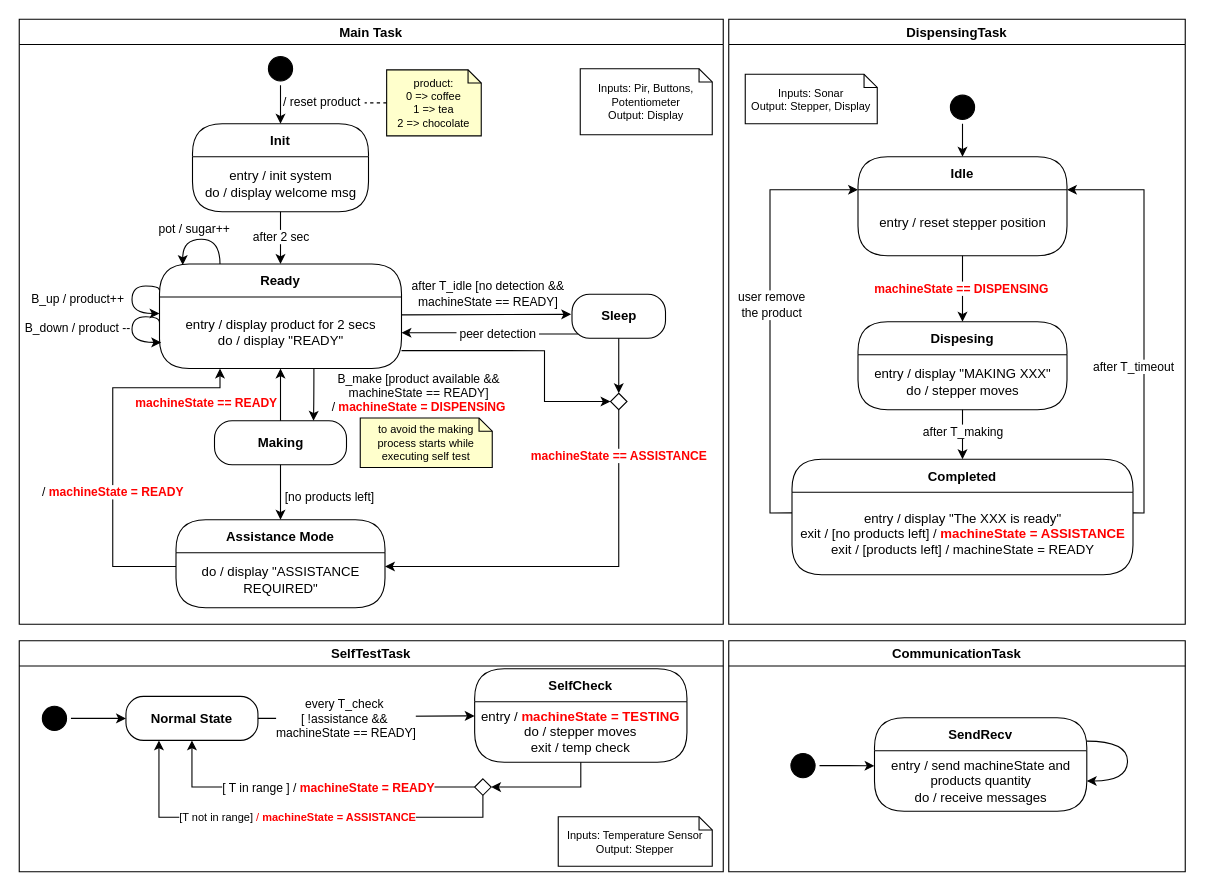
The draw.io diagram page "overview" (1 of 4) of docs/diagrams/src/state-chart.drawio in tassiLuca/smart-coffee-machine, before the edit. Source tidied: cells renumbered, new cells numbered last; positions are measured from the earlier drawing's top-left corner, leaving out a move shared by most shapes. Both pictures are drawn from the tidied source at 110%, with x=0, y=0 at pixel (19, 19).
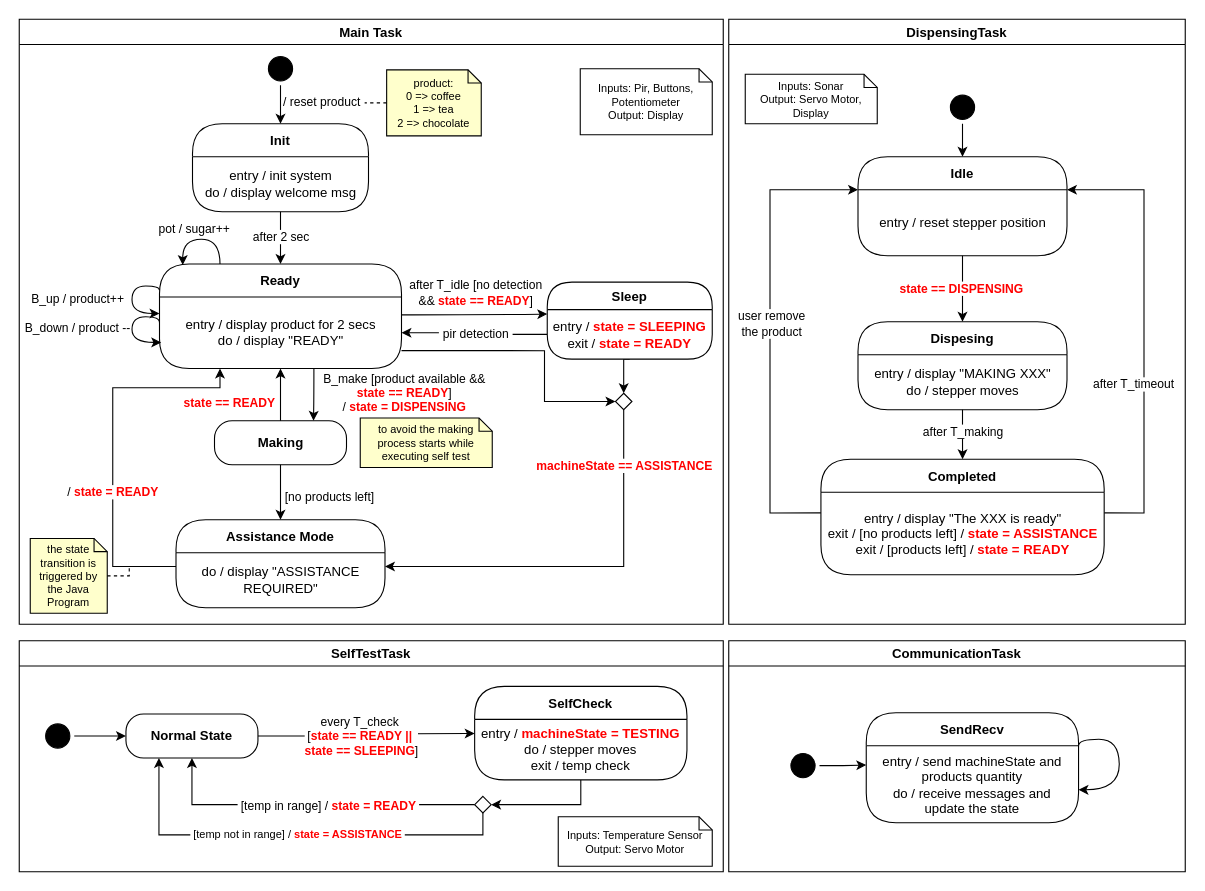
After the change.

Unchanged cells that the change refers to:
```xml
<mxCell id="2" value="Main Task" style="swimlane;strokeColor=#000000;" parent="1" vertex="1">
  <mxGeometry width="640" height="550" as="geometry" />
</mxCell>
<mxCell id="10" value="do / display &quot;ASSISTANCE REQUIRED&quot;" style="text;html=1;align=center;verticalAlign=middle;spacingLeft=4;spacingRight=4;whiteSpace=wrap;overflow=hidden;" parent="9" vertex="1">
  <mxGeometry y="30" width="190" height="50" as="geometry" />
</mxCell>
<mxCell id="11" style="edgeStyle=orthogonalEdgeStyle;rounded=0;jettySize=auto;html=1;exitX=0;exitY=0.25;exitDx=0;exitDy=0;entryX=0.25;entryY=1;entryDx=0;entryDy=0;" parent="2" edge="1" source="10" target="17">
  <mxGeometry relative="1" as="geometry">
    <Array as="points">
      <mxPoint x="85" y="498" />
      <mxPoint x="85" y="335" />
      <mxPoint x="183" y="335" />
    </Array>
  </mxGeometry>
</mxCell>
<mxCell id="17" value="entry / display product for 2 secs&lt;br&gt;do / display &quot;READY&quot;" style="text;html=1;align=center;verticalAlign=middle;spacingLeft=4;spacingRight=4;whiteSpace=wrap;overflow=hidden;" parent="16" vertex="1">
  <mxGeometry y="30" width="220" height="65" as="geometry" />
</mxCell>
<mxCell id="22" style="edgeStyle=orthogonalEdgeStyle;curved=1;jettySize=auto;html=1;exitX=0.638;exitY=1.006;exitDx=0;exitDy=0;entryX=0.75;entryY=0;entryDx=0;entryDy=0;exitPerimeter=0;" parent="2" edge="1" source="17" target="13">
  <mxGeometry relative="1" as="geometry" />
</mxCell>
<mxCell id="24" style="edgeStyle=orthogonalEdgeStyle;rounded=0;jettySize=auto;html=1;exitX=0.5;exitY=0;exitDx=0;exitDy=0;entryX=0.5;entryY=1;entryDx=0;entryDy=0;" parent="2" edge="1" source="13" target="17">
  <mxGeometry relative="1" as="geometry" />
</mxCell>
<mxCell id="41" value="DispensingTask" style="swimlane;strokeColor=#000000;" parent="1" vertex="1">
  <mxGeometry x="645" width="415" height="550" as="geometry" />
</mxCell>
<mxCell id="43" value="Dispesing" style="swimlane;fontStyle=1;align=center;verticalAlign=middle;horizontal=1;startSize=30;rounded=1;arcSize=30;swimlaneFillColor=#FFFFFF;" parent="41" vertex="1">
  <mxGeometry x="117.5" y="275" width="190" height="80" as="geometry" />
</mxCell>
<mxCell id="53" value="entry / reset stepper position" style="text;html=1;align=center;verticalAlign=middle;spacingLeft=4;spacingRight=4;whiteSpace=wrap;overflow=hidden;" parent="52" vertex="1">
  <mxGeometry y="30" width="190" height="60" as="geometry" />
</mxCell>
<mxCell id="57" value="SelfTestTask" style="swimlane;strokeColor=#000000;" parent="1" vertex="1">
  <mxGeometry y="565" width="640" height="210" as="geometry" />
</mxCell>
<mxCell id="66" style="edgeStyle=orthogonalEdgeStyle;rounded=0;jettySize=auto;html=1;exitX=0;exitY=0.5;exitDx=0;exitDy=0;entryX=0.5;entryY=1;entryDx=0;entryDy=0;fontSize=10;fontColor=#FF0000;endArrow=classic;endFill=1;" parent="57" edge="1" source="70" target="59">
  <mxGeometry relative="1" as="geometry" />
</mxCell>
<mxCell id="68" style="edgeStyle=orthogonalEdgeStyle;rounded=0;jettySize=auto;html=1;exitX=0.5;exitY=1;exitDx=0;exitDy=0;entryX=0.25;entryY=1;entryDx=0;entryDy=0;fontSize=10;fontColor=#FF0000;endArrow=classic;endFill=1;" parent="57" edge="1" source="70" target="59">
  <mxGeometry relative="1" as="geometry" />
</mxCell>
<mxCell id="73" value="CommunicationTask" style="swimlane;strokeColor=#000000;" parent="1" vertex="1">
  <mxGeometry x="645" y="565" width="415" height="210" as="geometry" />
</mxCell>
```

The edit, as a diff of the source:
```diff
@@
-    <mxCell id="12" value="/&lt;font color=&quot;#ff0000&quot;&gt;&lt;b&gt;&amp;nbsp;machineState = READY&lt;/b&gt;&lt;/font&gt;" style="edgeLabel;html=1;align=center;verticalAlign=middle;fontColor=#000000;" parent="11" vertex="1">
+    <mxCell id="12" value="/&lt;font color=&quot;#ff0000&quot;&gt;&lt;b&gt;&amp;nbsp;state = READY&lt;/b&gt;&lt;/font&gt;" style="edgeLabel;html=1;align=center;verticalAlign=middle;fontColor=#000000;" parent="11" vertex="1">
       <mxGeometry x="-0.25" y="1" relative="1" as="geometry" />
     </mxCell>
@@
-    <mxCell id="23" value="B_make [product available &amp;amp;&amp;amp; &lt;br&gt;machineState == READY] &lt;br&gt;/ &lt;font color=&quot;#ff0000&quot;&gt;&lt;b&gt;machineState = DISPENSING&lt;/b&gt;&lt;/font&gt;" style="edgeLabel;html=1;align=center;verticalAlign=middle;" parent="22" vertex="1">
+    <mxCell id="23" value="B_make [product available &amp;amp;&amp;amp; &lt;br&gt;&lt;b&gt;&lt;font color=&quot;#ff0000&quot;&gt;state == READY&lt;/font&gt;&lt;/b&gt;] &lt;br&gt;/ &lt;font color=&quot;#ff0000&quot;&gt;&lt;b&gt;state = DISPENSING&lt;/b&gt;&lt;/font&gt;" style="edgeLabel;html=1;align=center;verticalAlign=middle;" parent="22" vertex="1">
       <mxGeometry x="-0.32" relative="1" as="geometry">
-        <mxPoint x="95" y="6" as="offset" />
+        <mxPoint x="82" y="6" as="offset" />
       </mxGeometry>
     </mxCell>
@@
-    <mxCell id="25" value="&lt;b&gt;machineState == READY&lt;/b&gt;" style="edgeLabel;html=1;align=center;verticalAlign=middle;fontColor=#FF0000;" parent="24" vertex="1">
+    <mxCell id="25" value="&lt;b&gt;state == READY&lt;/b&gt;" style="edgeLabel;html=1;align=center;verticalAlign=middle;fontColor=#FF0000;" parent="24" vertex="1">
       <mxGeometry x="-0.11" relative="1" as="geometry">
-        <mxPoint x="-68" y="4" as="offset" />
+        <mxPoint x="-47" y="4" as="offset" />
       </mxGeometry>
     </mxCell>
@@
-    <mxCell id="28" style="edgeStyle=orthogonalEdgeStyle;curved=1;jettySize=auto;html=1;exitX=1;exitY=0.25;exitDx=0;exitDy=0;entryX=-0.009;entryY=0.455;entryDx=0;entryDy=0;entryPerimeter=0;" parent="2" edge="1" source="17" target="32">
-      <mxGeometry relative="1" as="geometry" />
-    </mxCell>
-    <mxCell id="29" value="after T_idle [no detection &amp;amp;&amp;amp; &lt;br&gt;machineState == READY]" style="edgeLabel;html=1;align=center;verticalAlign=middle;" parent="28" vertex="1">
-      <mxGeometry x="-0.32" y="-1" relative="1" as="geometry">
-        <mxPoint x="25" y="-20" as="offset" />
-      </mxGeometry>
-    </mxCell>
-    <mxCell id="30" style="edgeStyle=orthogonalEdgeStyle;rounded=0;jettySize=auto;html=1;exitX=0.069;exitY=0.902;exitDx=0;exitDy=0;entryX=1;entryY=0.5;entryDx=0;entryDy=0;exitPerimeter=0;" parent="2" edge="1" source="32" target="17">
+    <mxCell id="30" style="edgeStyle=orthogonalEdgeStyle;rounded=0;jettySize=auto;html=1;exitX=0;exitY=0.5;exitDx=0;exitDy=0;entryX=1;entryY=0.5;entryDx=0;entryDy=0;" parent="2" edge="1" source="80" target="17">
       <mxGeometry relative="1" as="geometry" />
     </mxCell>
-    <mxCell id="31" value="&amp;nbsp;peer detection&amp;nbsp;" style="edgeLabel;html=1;align=center;verticalAlign=middle;" parent="30" vertex="1">
+    <mxCell id="31" value="&amp;nbsp;pir detection&amp;nbsp;" style="edgeLabel;html=1;align=center;verticalAlign=middle;" parent="30" vertex="1">
       <mxGeometry x="0.27" y="-1" relative="1" as="geometry">
-        <mxPoint x="28" y="1" as="offset" />
+        <mxPoint x="18" y="1" as="offset" />
       </mxGeometry>
     </mxCell>
-    <mxCell id="32" value="Sleep" style="rounded=1;whiteSpace=wrap;html=1;arcSize=40;fontStyle=1;" parent="2" vertex="1">
-      <mxGeometry x="502.5" y="250" width="85" height="40" as="geometry" />
-    </mxCell>
     <mxCell id="33" style="rhombus;whiteSpace=wrap;html=1;" parent="2" vertex="1">
-      <mxGeometry x="537.5" y="340" width="15" height="15" as="geometry" />
+      <mxGeometry x="542" y="340" width="15" height="15" as="geometry" />
     </mxCell>
     <mxCell id="34" style="edgeStyle=orthogonalEdgeStyle;rounded=0;jettySize=auto;html=1;exitX=0.5;exitY=1;exitDx=0;exitDy=0;fontColor=#FF0000;entryX=1;entryY=0.25;entryDx=0;entryDy=0;" parent="2" edge="1" source="33" target="10">
-      <mxGeometry relative="1" as="geometry" />
+      <mxGeometry relative="1" as="geometry">
+        <Array as="points">
+          <mxPoint x="550" y="355" />
+          <mxPoint x="550" y="497" />
+        </Array>
+      </mxGeometry>
     </mxCell>
     <mxCell id="35" value="&lt;b&gt;machineState == ASSISTANCE&lt;/b&gt;" style="edgeLabel;html=1;align=center;verticalAlign=middle;fontColor=#FF0000;" parent="34" vertex="1">
-      <mxGeometry x="-0.77" y="-1" relative="1" as="geometry" />
+      <mxGeometry x="-0.77" y="-1" relative="1" as="geometry">
+        <mxPoint x="1" y="9" as="offset" />
+      </mxGeometry>
     </mxCell>
-    <mxCell id="36" style="edgeStyle=orthogonalEdgeStyle;rounded=0;jettySize=auto;html=1;exitX=0.5;exitY=1;exitDx=0;exitDy=0;entryX=0.5;entryY=0;entryDx=0;entryDy=0;fontColor=#FF0000;" parent="2" edge="1" source="32" target="33">
+    <mxCell id="36" style="edgeStyle=orthogonalEdgeStyle;rounded=0;jettySize=auto;html=1;exitX=0.5;exitY=1;exitDx=0;exitDy=0;entryX=0.5;entryY=0;entryDx=0;entryDy=0;fontColor=#FF0000;" parent="2" edge="1" source="80" target="33">
       <mxGeometry relative="1" as="geometry" />
     </mxCell>
@@
+    <mxCell id="79" value="&lt;span style=&quot;text-align: left;&quot;&gt;the state transition is triggered by the Java Program&lt;br&gt;&lt;/span&gt;" style="shape=note;size=12;whiteSpace=wrap;html=1;fontSize=10;fillColor=#FFFFCC;strokeColor=#000000;" parent="2" vertex="1">
+      <mxGeometry x="10" y="472" width="70" height="68" as="geometry" />
+    </mxCell>
+    <mxCell id="32" value="Sleep" style="swimlane;fontStyle=1;align=center;verticalAlign=middle;horizontal=1;startSize=25;rounded=1;arcSize=30;swimlaneFillColor=#FFFFFF;" parent="2" vertex="1">
+      <mxGeometry x="480" y="239" width="150" height="70" as="geometry" />
+    </mxCell>
+    <mxCell id="80" value="entry / &lt;b style=&quot;color: rgb(255, 0, 0);&quot;&gt;state = SLEEPING&lt;/b&gt;&lt;br&gt;exit / &lt;b style=&quot;color: rgb(255, 0, 0);&quot;&gt;state = READY&lt;/b&gt;" style="text;html=1;align=center;verticalAlign=middle;spacingLeft=4;spacingRight=4;whiteSpace=wrap;overflow=hidden;" parent="32" vertex="1">
+      <mxGeometry y="25" width="150" height="45" as="geometry" />
+    </mxCell>
+    <mxCell id="28" style="edgeStyle=orthogonalEdgeStyle;curved=1;jettySize=auto;html=1;exitX=1;exitY=0.25;exitDx=0;exitDy=0;entryX=0;entryY=0.09;entryDx=0;entryDy=0;entryPerimeter=0;" parent="2" edge="1" source="17" target="80">
+      <mxGeometry relative="1" as="geometry" />
+    </mxCell>
+    <mxCell id="29" value="after T_idle [no detection &lt;br&gt;&amp;amp;&amp;amp; &lt;b&gt;&lt;font color=&quot;#ff0000&quot;&gt;state == READY&lt;/font&gt;&lt;/b&gt;]" style="edgeLabel;html=1;align=center;verticalAlign=middle;" parent="28" vertex="1">
+      <mxGeometry x="-0.32" y="-1" relative="1" as="geometry">
+        <mxPoint x="22" y="-21" as="offset" />
+      </mxGeometry>
+    </mxCell>
@@
-    <mxCell id="45" value="Completed" style="swimlane;fontStyle=1;align=center;verticalAlign=middle;horizontal=1;startSize=30;rounded=1;arcSize=30;swimlaneFillColor=#FFFFFF;" parent="41" vertex="1">
-      <mxGeometry x="57.5" y="400" width="310" height="105" as="geometry" />
-    </mxCell>
-    <mxCell id="46" value="entry / display &quot;The XXX is ready&quot;&lt;br&gt;exit / [no products left] / &lt;b&gt;&lt;font color=&quot;#ff0000&quot;&gt;machineState = ASSISTANCE&lt;/font&gt;&lt;/b&gt;&lt;br&gt;exit / [products left] / machineState = READY" style="text;html=1;align=center;verticalAlign=middle;spacingLeft=4;spacingRight=4;whiteSpace=wrap;overflow=hidden;" parent="45" vertex="1">
-      <mxGeometry y="30" width="310" height="75" as="geometry" />
-    </mxCell>
@@
-    <mxCell id="55" value="&lt;b&gt;&lt;font color=&quot;#ff0000&quot;&gt;machineState == DISPENSING&amp;nbsp;&lt;/font&gt;&lt;/b&gt;" style="edgeStyle=orthogonalEdgeStyle;rounded=0;jettySize=auto;html=1;exitX=0.5;exitY=1;exitDx=0;exitDy=0;entryX=0.5;entryY=0;entryDx=0;entryDy=0;" parent="41" edge="1" source="53" target="43">
+    <mxCell id="55" value="&lt;b&gt;&lt;font color=&quot;#ff0000&quot;&gt;state == DISPENSING&amp;nbsp;&lt;/font&gt;&lt;/b&gt;" style="edgeStyle=orthogonalEdgeStyle;rounded=0;jettySize=auto;html=1;exitX=0.5;exitY=1;exitDx=0;exitDy=0;entryX=0.5;entryY=0;entryDx=0;entryDy=0;" parent="41" edge="1" source="53" target="43">
       <mxGeometry relative="1" as="geometry" />
     </mxCell>
-    <mxCell id="56" value="&lt;span style=&quot;text-align: left;&quot;&gt;Inputs: Sonar&lt;br&gt;Output: Stepper, Display&lt;br&gt;&lt;/span&gt;" style="shape=note;size=12;whiteSpace=wrap;html=1;fontSize=10;" parent="41" vertex="1">
+    <mxCell id="56" value="&lt;span style=&quot;text-align: left;&quot;&gt;Inputs: Sonar&lt;br&gt;Output: Servo Motor, Display&lt;br&gt;&lt;/span&gt;" style="shape=note;size=12;whiteSpace=wrap;html=1;fontSize=10;" parent="41" vertex="1">
       <mxGeometry x="15" y="50" width="120" height="45" as="geometry" />
     </mxCell>
+    <mxCell id="45" value="Completed" style="swimlane;fontStyle=1;align=center;verticalAlign=middle;horizontal=1;startSize=30;rounded=1;arcSize=30;swimlaneFillColor=#FFFFFF;" parent="41" vertex="1">
+      <mxGeometry x="83.8" y="400" width="257.5" height="105" as="geometry" />
+    </mxCell>
+    <mxCell id="46" value="entry / display &quot;The XXX is ready&quot;&lt;br&gt;exit / [no products left] / &lt;b&gt;&lt;font color=&quot;#ff0000&quot;&gt;state = ASSISTANCE&lt;/font&gt;&lt;/b&gt;&lt;br&gt;exit / [products left] / &lt;b&gt;&lt;font color=&quot;#ff0000&quot;&gt;state = READY&lt;/font&gt;&lt;/b&gt;" style="text;html=1;align=center;verticalAlign=middle;spacingLeft=4;spacingRight=4;whiteSpace=wrap;overflow=hidden;" parent="45" vertex="1">
+      <mxGeometry y="30" width="257.5" height="75" as="geometry" />
+    </mxCell>
@@
     <mxCell id="58" style="ellipse;html=1;shape=startState;fillColor=#000000;strokeColor=#000000;" parent="57" vertex="1">
-      <mxGeometry x="17" y="55.6" width="30" height="30" as="geometry" />
+      <mxGeometry x="20" y="71.6" width="30" height="30" as="geometry" />
     </mxCell>
     <mxCell id="59" value="Normal State" style="rounded=1;whiteSpace=wrap;html=1;arcSize=40;fontStyle=1;" parent="57" vertex="1">
-      <mxGeometry x="97" y="50.6" width="120" height="40" as="geometry" />
+      <mxGeometry x="97" y="66.6" width="120" height="40" as="geometry" />
     </mxCell>
@@
     <mxCell id="61" style="edgeStyle=orthogonalEdgeStyle;rounded=0;jettySize=auto;html=1;exitX=1;exitY=0.5;exitDx=0;exitDy=0;entryX=0;entryY=0.25;entryDx=0;entryDy=0;fontColor=#FF0000;" parent="57" edge="1" source="59">
       <mxGeometry relative="1" as="geometry">
-        <mxPoint x="414" y="68.3" as="targetPoint" />
+        <mxPoint x="414" y="84.3" as="targetPoint" />
       </mxGeometry>
     </mxCell>
-    <mxCell id="62" value="&lt;font color=&quot;#000000&quot;&gt;every T_check&amp;nbsp;&lt;br&gt;[ !assistance &amp;amp;&amp;amp;&amp;nbsp;&lt;br&gt;machineState == READY]&lt;br&gt;&lt;/font&gt;" style="edgeLabel;html=1;align=center;verticalAlign=middle;fontColor=#FF0000;" parent="61" vertex="1">
+    <mxCell id="62" value="&lt;font color=&quot;#000000&quot;&gt;every T_check&amp;nbsp;&lt;/font&gt;&lt;br&gt;&lt;font color=&quot;#000000&quot;&gt;[&lt;/font&gt;&lt;b style=&quot;&quot;&gt;state == READY ||&amp;nbsp;&lt;br&gt;&lt;/b&gt;&lt;b&gt;state == SLEEPING&lt;/b&gt;&lt;font style=&quot;&quot; color=&quot;#000000&quot;&gt;]&lt;/font&gt;" style="edgeLabel;html=1;align=center;verticalAlign=middle;fontColor=#FF0000;" parent="61" vertex="1">
       <mxGeometry x="-0.3" y="3" relative="1" as="geometry">
-        <mxPoint x="9" y="3" as="offset" />
+        <mxPoint x="23" y="3" as="offset" />
       </mxGeometry>
     </mxCell>
     <mxCell id="63" value="SelfCheck" style="swimlane;fontStyle=1;align=center;verticalAlign=middle;horizontal=1;startSize=30;rounded=1;arcSize=30;swimlaneFillColor=#FFFFFF;" parent="57" vertex="1">
-      <mxGeometry x="414" y="25.5" width="193" height="85" as="geometry" />
+      <mxGeometry x="414" y="41.5" width="193" height="85" as="geometry" />
     </mxCell>
@@
-    <mxCell id="67" value="&lt;span style=&quot;font-size: 11px;&quot;&gt;&lt;font color=&quot;#000000&quot;&gt;[ T in range ] /&lt;/font&gt;&lt;b style=&quot;&quot;&gt;&lt;font color=&quot;#000000&quot;&gt;&amp;nbsp;&lt;/font&gt;machineState = READY&lt;/b&gt;&lt;/span&gt;" style="edgeLabel;html=1;align=center;verticalAlign=middle;fontSize=10;fontColor=#FF0000;" parent="66" vertex="1">
+    <mxCell id="67" value="&lt;span style=&quot;font-size: 11px;&quot;&gt;&lt;font color=&quot;#000000&quot;&gt;&amp;nbsp;[temp in range] /&lt;/font&gt;&lt;b style=&quot;&quot;&gt;&lt;font color=&quot;#000000&quot;&gt;&amp;nbsp;&lt;/font&gt;state = READY&amp;nbsp;&lt;/b&gt;&lt;/span&gt;" style="edgeLabel;html=1;align=center;verticalAlign=middle;fontSize=10;fontColor=#FF0000;" parent="66" vertex="1">
       <mxGeometry x="-0.35" y="1" relative="1" as="geometry">
         <mxPoint x="-37" y="-1" as="offset" />
       </mxGeometry>
     </mxCell>
@@
-    <mxCell id="69" value="&lt;font color=&quot;#000000&quot;&gt;[T not in range]&lt;/font&gt; / &lt;b&gt;machineState = ASSISTANCE&lt;/b&gt;" style="edgeLabel;html=1;align=center;verticalAlign=middle;fontSize=10;fontColor=#FF0000;" parent="68" vertex="1">
+    <mxCell id="69" value="&lt;font color=&quot;#000000&quot;&gt;&amp;nbsp;[temp not in range]&lt;/font&gt; &lt;font color=&quot;#000000&quot;&gt;/&lt;/font&gt; &lt;b&gt;state = ASSISTANCE&amp;nbsp;&lt;/b&gt;" style="edgeLabel;html=1;align=center;verticalAlign=middle;fontSize=10;fontColor=#FF0000;" parent="68" vertex="1">
       <mxGeometry x="-0.01" y="1" relative="1" as="geometry">
         <mxPoint x="1" y="-2" as="offset" />
       </mxGeometry>
     </mxCell>
     <mxCell id="70" style="rhombus;whiteSpace=wrap;html=1;" parent="57" vertex="1">
-      <mxGeometry x="414" y="125.5" width="15" height="15" as="geometry" />
+      <mxGeometry x="414" y="141.5" width="15" height="15" as="geometry" />
     </mxCell>
-    <mxCell id="71" value="&lt;span style=&quot;text-align: left;&quot;&gt;Inputs: Temperature Sensor&lt;br&gt;Output: Stepper&lt;br&gt;&lt;/span&gt;" style="shape=note;size=12;whiteSpace=wrap;html=1;fontSize=10;" parent="57" vertex="1">
+    <mxCell id="71" value="&lt;span style=&quot;text-align: left;&quot;&gt;Inputs: Temperature Sensor&lt;br&gt;Output: Servo Motor&lt;br&gt;&lt;/span&gt;" style="shape=note;size=12;whiteSpace=wrap;html=1;fontSize=10;" parent="57" vertex="1">
       <mxGeometry x="490" y="160" width="140" height="45" as="geometry" />
     </mxCell>
@@
     <mxCell id="76" value="SendRecv" style="swimlane;fontStyle=1;align=center;verticalAlign=middle;horizontal=1;startSize=30;rounded=1;arcSize=30;swimlaneFillColor=#FFFFFF;" parent="73" vertex="1">
-      <mxGeometry x="132.5" y="70" width="193" height="85" as="geometry" />
+      <mxGeometry x="125" y="65.5" width="193" height="100" as="geometry" />
     </mxCell>
-    <mxCell id="77" value="entry / send machineState and products quantity&lt;br&gt;do / receive messages" style="text;html=1;align=center;verticalAlign=middle;spacingLeft=4;spacingRight=4;whiteSpace=wrap;overflow=hidden;" parent="76" vertex="1">
-      <mxGeometry y="30" width="193" height="55" as="geometry" />
+    <mxCell id="77" value="entry / send machineState and products quantity&lt;br&gt;do / receive messages and update the state" style="text;html=1;align=center;verticalAlign=middle;spacingLeft=4;spacingRight=4;whiteSpace=wrap;overflow=hidden;" parent="76" vertex="1">
+      <mxGeometry y="30" width="193" height="70" as="geometry" />
     </mxCell>
-    <mxCell id="78" style="edgeStyle=orthogonalEdgeStyle;curved=1;jettySize=auto;html=1;exitX=1;exitY=0.25;exitDx=0;exitDy=0;entryX=1;entryY=0.5;entryDx=0;entryDy=0;" parent="76" edge="1" source="76" target="77">
+    <mxCell id="78" style="edgeStyle=orthogonalEdgeStyle;curved=1;orthogonalLoop=1;jettySize=auto;html=1;exitX=1;exitY=0.25;exitDx=0;exitDy=0;entryX=1;entryY=0.5;entryDx=0;entryDy=0;" parent="76" edge="1">
       <mxGeometry relative="1" as="geometry">
+        <mxPoint x="193" y="30" as="sourcePoint" />
+        <mxPoint x="193" y="70" as="targetPoint" />
         <Array as="points">
-          <mxPoint x="230" y="21" />
-          <mxPoint x="230" y="57" />
+          <mxPoint x="193" y="24" />
+          <mxPoint x="230" y="24" />
+          <mxPoint x="230" y="70" />
         </Array>
       </mxGeometry>
     </mxCell>
+    <mxCell id="81" style="edgeStyle=orthogonalEdgeStyle;rounded=0;jettySize=auto;html=1;endArrow=none;endFill=0;dashed=1;" parent="1" edge="1" source="79">
+      <mxGeometry relative="1" as="geometry">
+        <mxPoint x="100" y="497" as="targetPoint" />
+      </mxGeometry>
+    </mxCell>
```
